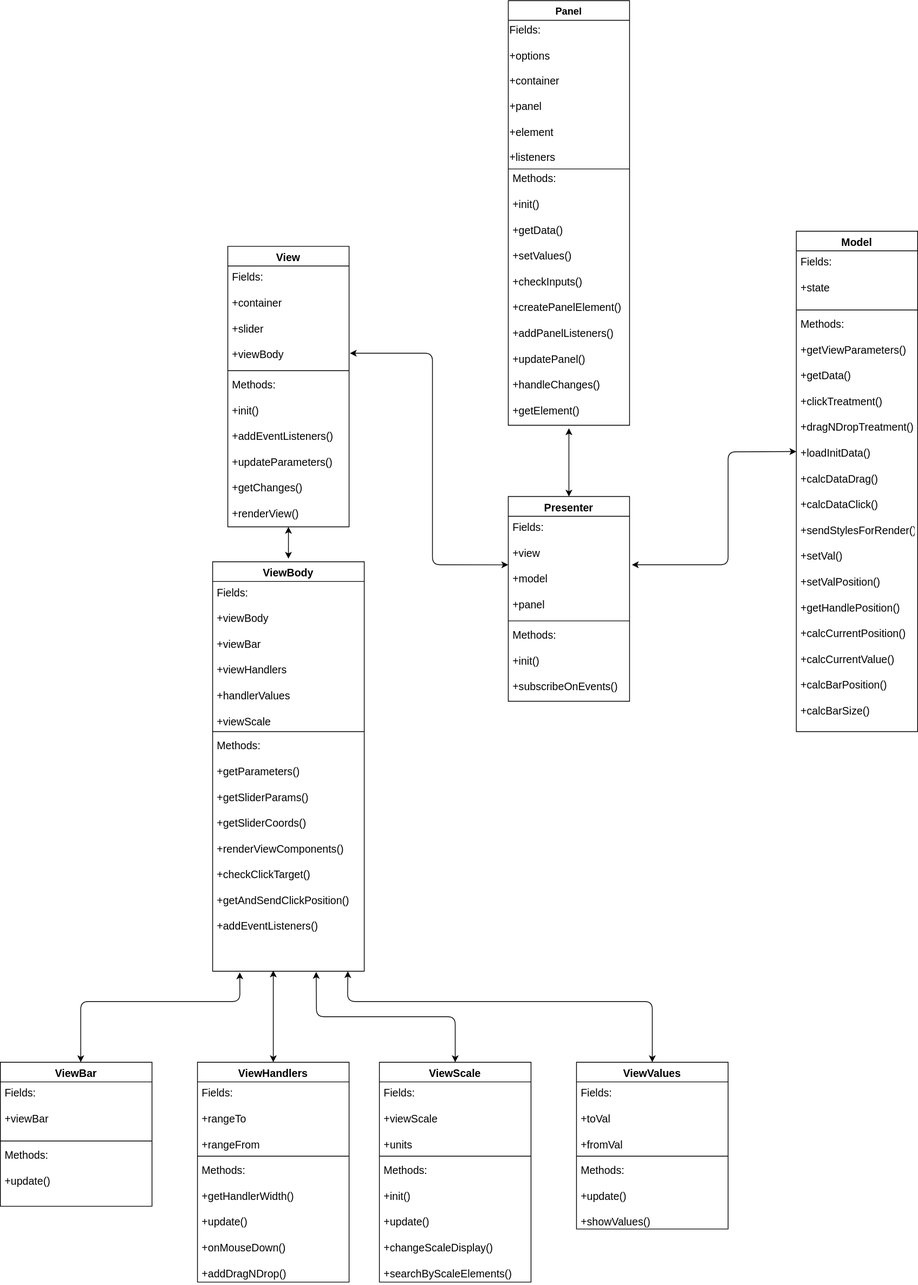
This is source/diagram.svg from shimonevt/FSD-Project-2, a draw.io export, as it was before one commit. Source tidied: cells renumbered, new cells last; positions are measured from the earlier drawing's top-left corner, leaving out a move shared by most shapes.
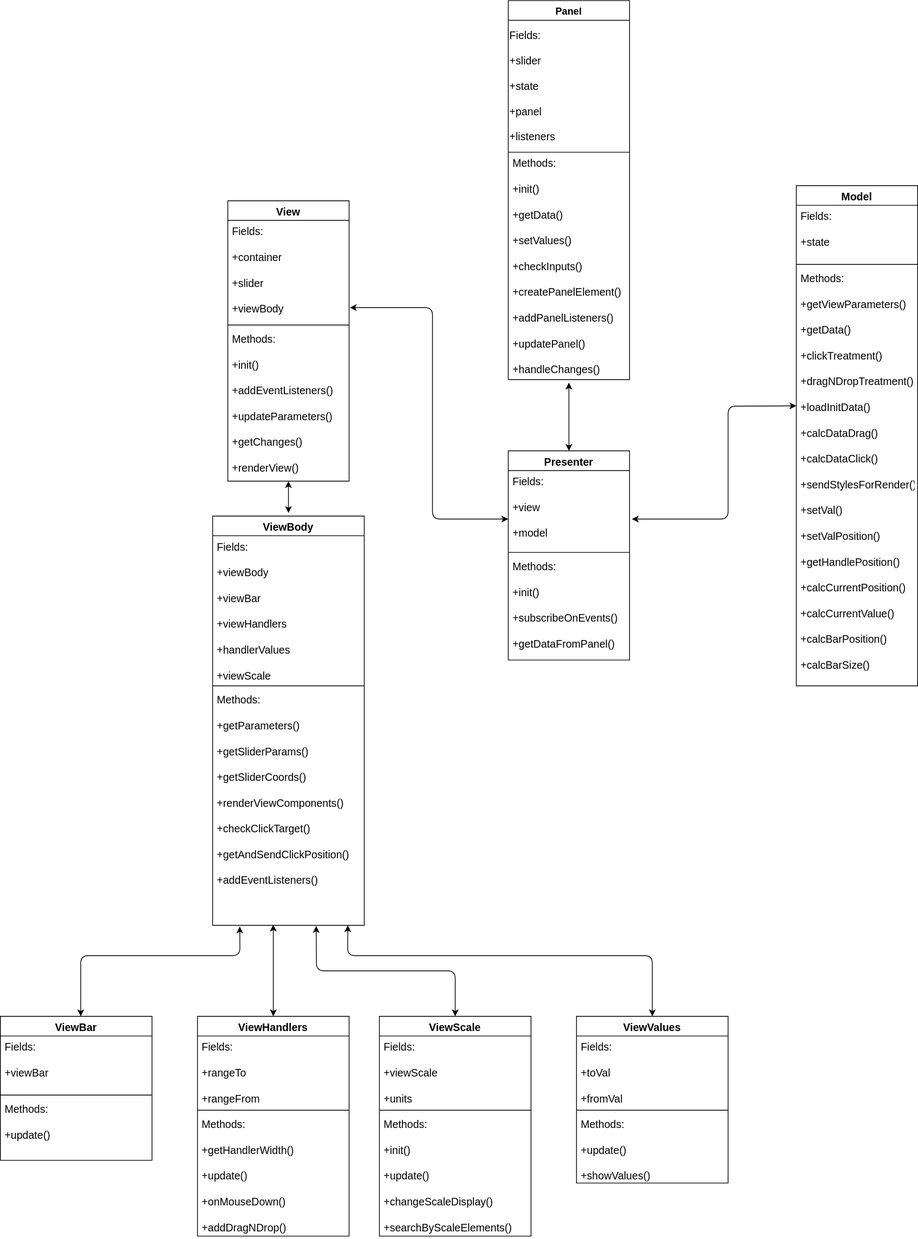
Later version of the same file.

Diff of the diagram source:
```diff
@@ -3,16 +3,16 @@
     <mxCell id="0" />
     <mxCell id="1" parent="0" />
     <mxCell id="2" value="Presenter" style="swimlane;fontStyle=1;align=center;verticalAlign=top;horizontal=1;startSize=26;rounded=0;shadow=0;strokeWidth=1;fontSize=14;" parent="1" vertex="1">
-      <mxGeometry x="670" y="654" width="160" height="270" as="geometry" />
+      <mxGeometry x="670" y="654" width="160" height="276" as="geometry" />
     </mxCell>
-    <mxCell id="3" value="Fields:&#10;&#10;+view&#10;&#10;+model&#10;&#10;+panel" style="text;align=left;verticalAlign=top;spacingLeft=4;spacingRight=4;overflow=hidden;points=[[0,0.5],[1,0.5]];portConstraint=eastwest;fontSize=14;" parent="2" vertex="1">
-      <mxGeometry y="26" width="160" height="134" as="geometry" />
+    <mxCell id="3" value="Fields:&#10;&#10;+view&#10;&#10;+model&#10;" style="text;align=left;verticalAlign=top;spacingLeft=4;spacingRight=4;overflow=hidden;points=[[0,0.5],[1,0.5]];portConstraint=eastwest;fontSize=14;" parent="2" vertex="1">
+      <mxGeometry y="26" width="160" height="104" as="geometry" />
     </mxCell>
     <mxCell id="4" style="line;html=1;strokeWidth=1;align=left;verticalAlign=middle;spacingTop=-1;spacingLeft=3;spacingRight=3;labelPosition=right;" parent="2" vertex="1">
-      <mxGeometry y="160" width="160" height="8" as="geometry" />
+      <mxGeometry y="130" width="160" height="8" as="geometry" />
     </mxCell>
-    <mxCell id="5" value="Methods:&#10;&#10;+init()&#10;&#10;+subscribeOnEvents()" style="text;align=left;verticalAlign=top;spacingLeft=4;spacingRight=4;overflow=hidden;fontSize=14;" parent="2" vertex="1">
-      <mxGeometry y="168" width="160" height="102" as="geometry" />
+    <mxCell id="5" value="Methods:&#10;&#10;+init()&#10;&#10;+subscribeOnEvents()&#10;&#10;+getDataFromPanel()" style="text;align=left;verticalAlign=top;spacingLeft=4;spacingRight=4;overflow=hidden;fontSize=14;" parent="2" vertex="1">
+      <mxGeometry y="138" width="160" height="132" as="geometry" />
     </mxCell>
     <mxCell id="6" value="View" style="swimlane;fontStyle=1;align=center;verticalAlign=top;horizontal=1;startSize=26;rounded=0;shadow=0;strokeWidth=1;fontSize=14;" parent="1" vertex="1">
       <mxGeometry x="300" y="324" width="160" height="370" as="geometry" />
@@ -27,13 +27,20 @@
       <mxGeometry y="168" width="160" height="202" as="geometry" />
     </mxCell>
     <mxCell id="10" value="Panel" style="swimlane;fontStyle=1;align=center;verticalAlign=top;horizontal=1;startSize=26;rounded=0;shadow=0;strokeWidth=1;fontSize=13;" parent="1" vertex="1">
-      <mxGeometry x="670" width="160" height="560" as="geometry" />
+      <mxGeometry x="670" y="60" width="160" height="500" as="geometry" />
     </mxCell>
-    <mxCell id="11" value="Fields:&lt;br style=&quot;font-size: 14px;&quot;&gt;&lt;br style=&quot;font-size: 14px;&quot;&gt;+options&lt;br style=&quot;font-size: 14px;&quot;&gt;&lt;br style=&quot;font-size: 14px;&quot;&gt;+container&lt;br style=&quot;font-size: 14px;&quot;&gt;&lt;br style=&quot;font-size: 14px;&quot;&gt;+panel&lt;br style=&quot;font-size: 14px;&quot;&gt;&lt;br style=&quot;font-size: 14px;&quot;&gt;+element&lt;br style=&quot;font-size: 14px;&quot;&gt;&lt;br style=&quot;font-size: 14px;&quot;&gt;+listeners" style="text;html=1;strokeColor=none;fillColor=none;align=left;verticalAlign=middle;whiteSpace=wrap;rounded=0;fontSize=14;" parent="10" vertex="1">
-      <mxGeometry y="26" width="160" height="194" as="geometry" />
+    <mxCell id="11" value="Fields:&lt;br style=&quot;font-size: 14px&quot;&gt;&lt;br style=&quot;font-size: 14px&quot;&gt;+slider&lt;br style=&quot;font-size: 14px&quot;&gt;&lt;br style=&quot;font-size: 14px&quot;&gt;+state&lt;br style=&quot;font-size: 14px&quot;&gt;&lt;br style=&quot;font-size: 14px&quot;&gt;+panel&lt;br style=&quot;font-size: 14px&quot;&gt;&lt;br style=&quot;font-size: 14px&quot;&gt;+listeners" style="text;html=1;strokeColor=none;fillColor=none;align=left;verticalAlign=middle;whiteSpace=wrap;rounded=0;fontSize=14;" parent="10" vertex="1">
+      <mxGeometry y="26" width="160" height="174" as="geometry" />
     </mxCell>
+    <mxCell id="17" style="endArrow=none;html=1;entryX=1;entryY=1;entryDx=0;entryDy=0;" parent="10" edge="1" source="12" target="11">
+      <mxGeometry relative="1" as="geometry">
+        <Array as="points">
+          <mxPoint y="200" />
+        </Array>
+      </mxGeometry>
+    </mxCell>
-    <mxCell id="12" value="Methods:&#10;&#10;+init()&#10;&#10;+getData()&#10;&#10;+setValues()&#10;&#10;+checkInputs()&#10;&#10;+createPanelElement()&#10;&#10;+addPanelListeners()&#10;&#10;+updatePanel()&#10;&#10;+handleChanges()&#10;&#10;+getElement()" style="text;align=left;verticalAlign=top;spacingLeft=4;spacingRight=4;overflow=hidden;points=[[0,0.5],[1,0.5]];portConstraint=eastwest;fontSize=14;" parent="10" vertex="1">
-      <mxGeometry y="220" width="160" height="340" as="geometry" />
+    <mxCell id="12" value="Methods:&#10;&#10;+init()&#10;&#10;+getData()&#10;&#10;+setValues()&#10;&#10;+checkInputs()&#10;&#10;+createPanelElement()&#10;&#10;+addPanelListeners()&#10;&#10;+updatePanel()&#10;&#10;+handleChanges()" style="text;align=left;verticalAlign=top;spacingLeft=4;spacingRight=4;overflow=hidden;points=[[0,0.5],[1,0.5]];portConstraint=eastwest;fontSize=14;" parent="10" vertex="1">
+      <mxGeometry y="200" width="160" height="300" as="geometry" />
     </mxCell>
     <mxCell id="13" value="Model" style="swimlane;fontStyle=1;align=center;verticalAlign=top;horizontal=1;startSize=26;rounded=0;shadow=0;strokeWidth=1;fontSize=14;" parent="1" vertex="1">
       <mxGeometry x="1050" y="304" width="160" height="660" as="geometry" />
@@ -47,20 +54,15 @@
     <mxCell id="16" value="Methods:&#10;&#10;+getViewParameters()&#10;&#10;+getData()&#10;&#10;+clickTreatment()&#10;&#10;+dragNDropTreatment()&#10;&#10;+loadInitData()&#10;&#10;+calcDataDrag()&#10;&#10;+calcDataClick()&#10;&#10;+sendStylesForRender()&#10;&#10;+setVal()&#10;&#10;+setValPosition()&#10;&#10;+getHandlePosition()&#10;&#10;+calcCurrentPosition()&#10;&#10;+calcCurrentValue()&#10;&#10;+calcBarPosition()&#10;&#10;+calcBarSize()" style="text;align=left;verticalAlign=top;spacingLeft=4;spacingRight=4;overflow=hidden;points=[[0,0.5],[1,0.5]];portConstraint=eastwest;fontSize=14;" parent="13" vertex="1">
       <mxGeometry y="108" width="160" height="542" as="geometry" />
     </mxCell>
-    <mxCell id="17" style="endArrow=none;html=1;" parent="1" edge="1">
-      <mxGeometry relative="1" as="geometry">
-        <mxPoint x="670" y="222" as="sourcePoint" />
-        <mxPoint x="830" y="222" as="targetPoint" />
-      </mxGeometry>
-    </mxCell>
     <mxCell id="18" style="endArrow=classic;startArrow=classic;html=1;exitX=0.5;exitY=0;exitDx=0;exitDy=0;entryX=0.5;entryY=1;entryDx=0;entryDy=0;" parent="1" edge="1" source="2">
       <mxGeometry relative="1" as="geometry">
         <mxPoint x="750" y="564" as="targetPoint" />
       </mxGeometry>
     </mxCell>
-    <mxCell id="19" style="endArrow=classic;startArrow=classic;html=1;entryX=0;entryY=0.478;entryDx=0;entryDy=0;entryPerimeter=0;" parent="1" edge="1" target="3">
+    <mxCell id="19" style="endArrow=classic;startArrow=classic;html=1;" parent="1" edge="1">
       <mxGeometry relative="1" as="geometry">
         <mxPoint x="461" y="465" as="sourcePoint" />
+        <mxPoint x="670" y="744" as="targetPoint" />
         <Array as="points">
           <mxPoint x="570" y="465" />
           <mxPoint x="570" y="744" />
```
